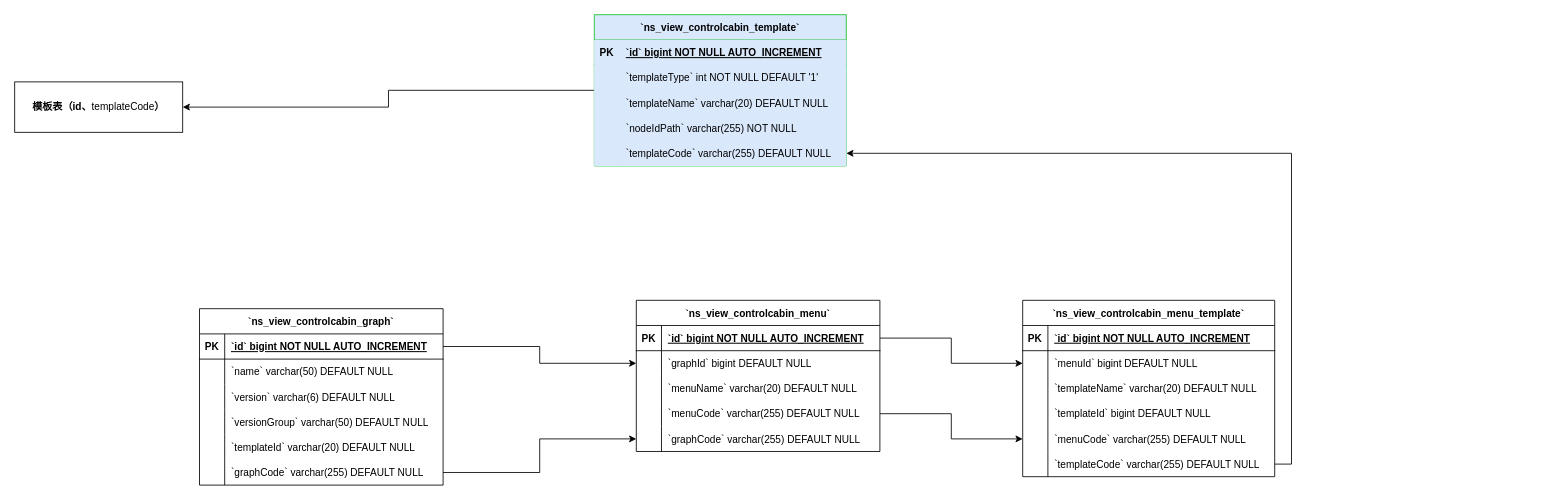
Before: view-database.drawio in DellDi/custom-draw, a draw.io diagram. Source tidied: cells renumbered, new cells numbered last; positions are measured from the earlier drawing's top-left corner, leaving out a move shared by most shapes. Both pictures are drawn from the tidied source at 84%, with x=0, y=0 at pixel (14, 14).
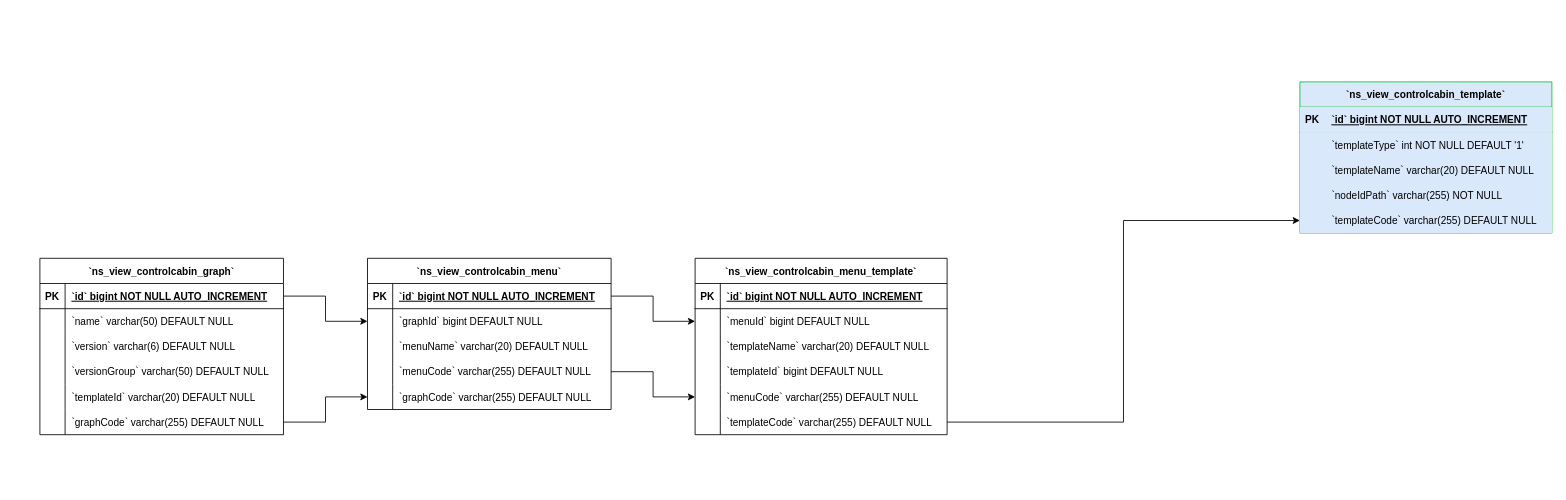
The same diagram, later.

Change to the diagram source:
```diff
@@
-    <mxCell id="2" style="edgeStyle=orthogonalEdgeStyle;rounded=0;jettySize=auto;html=1;" parent="1" edge="1" source="3" target="73">
-      <mxGeometry relative="1" as="geometry" />
-    </mxCell>
     <mxCell id="3" value="`ns_view_controlcabin_template`" style="shape=table;startSize=30;childLayout=tableLayout;rowLines=0;fontStyle=1;align=center;fillColor=#dae8fc;strokeColor=#0BBF23;swimlaneFillColor=none;" parent="1" vertex="1">
-      <mxGeometry x="690" width="300" height="180" as="geometry" />
+      <mxGeometry x="1530" y="80" width="300" height="180" as="geometry" />
     </mxCell>
@@
     <mxCell id="19" value="`ns_view_controlcabin_graph`" style="shape=table;startSize=30;childLayout=tableLayout;rowLines=0;fontStyle=1;align=center;" parent="1" vertex="1">
-      <mxGeometry x="220" y="350" width="290" height="210" as="geometry" />
+      <mxGeometry x="30" y="290" width="290" height="210" as="geometry" />
     </mxCell>
@@
     <mxCell id="38" value="`ns_view_controlcabin_menu`" style="shape=table;startSize=30;childLayout=tableLayout;rowLines=0;fontStyle=1;align=center;" parent="1" vertex="1">
-      <mxGeometry x="740" y="340" width="290" height="180" as="geometry" />
+      <mxGeometry x="420" y="290" width="290" height="180" as="geometry" />
     </mxCell>
@@
     <mxCell id="54" value="`ns_view_controlcabin_menu_template`" style="shape=table;startSize=30;childLayout=tableLayout;rowLines=0;fontStyle=1;align=center;" parent="1" vertex="1">
-      <mxGeometry x="1200" y="340" width="300" height="210" as="geometry" />
+      <mxGeometry x="810" y="290" width="300" height="210" as="geometry" />
     </mxCell>
@@
-    <mxCell id="73" value="模板表（id、&lt;span style=&quot;font-weight: 400; text-align: left; text-wrap-mode: nowrap;&quot;&gt;templateCode&lt;/span&gt;）" style="whiteSpace=wrap;html=1;startSize=30;fontStyle=1;" parent="1" vertex="1">
-      <mxGeometry y="80" width="200" height="60" as="geometry" />
-    </mxCell>
```
